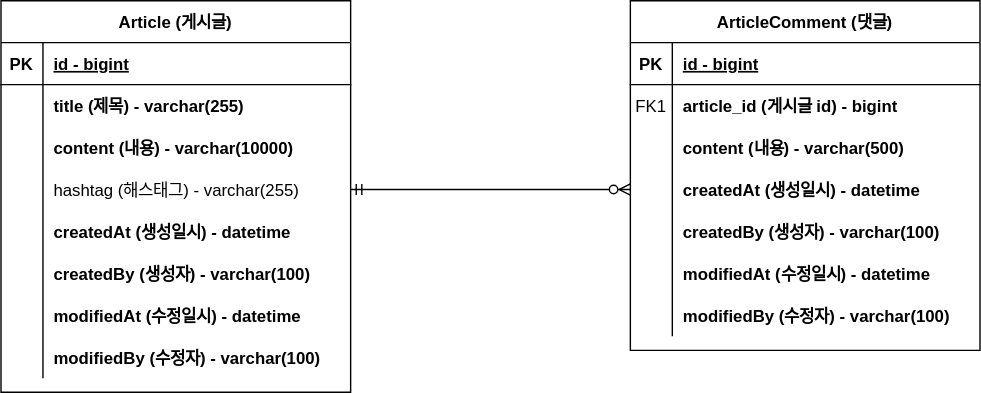
Gajeua/springboot-project-board keeps this draw.io diagram as document/project-board-erd.svg. Above is the earlier version. Source tidied: cells renumbered, new cells last; positions are measured from the earlier drawing's top-left corner, leaving out a move shared by most shapes.
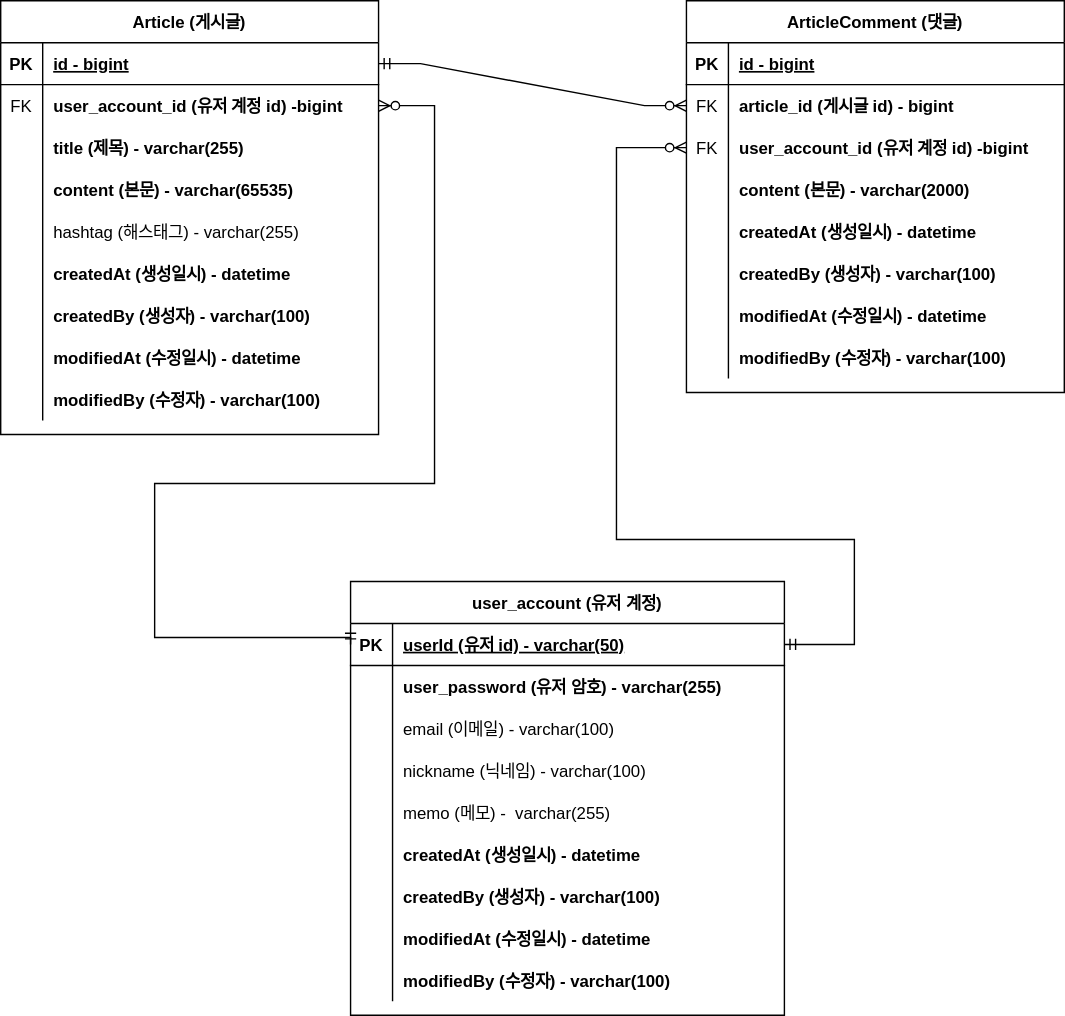
Later version of the same file.

Commit message:
ERD 문서 수정 : 강의 최종본으로 수정

The edit, as a diff of the source:
```diff
@@ -5,6 +5,6 @@
     <mxCell id="2" value="ArticleComment (댓글)" style="shape=table;startSize=30;rowLines=0;fontStyle=1;align=center;" parent="1" vertex="1">
-      <mxGeometry x="450" width="250" height="250" as="geometry" />
+      <mxGeometry x="450" y="-15" width="270" height="280" as="geometry" />
     </mxCell>
     <mxCell id="3" style="shape=partialRectangle;fillColor=none;top=0;left=0;right=0;bottom=1;" parent="2" vertex="1">
-      <mxGeometry y="30" width="250" height="30" as="geometry" />
+      <mxGeometry y="30" width="270" height="30" as="geometry" />
     </mxCell>
@@ -14,8 +14,8 @@
     <mxCell id="5" value="id - bigint" style="shape=partialRectangle;overflow=hidden;fillColor=none;top=0;left=0;bottom=0;right=0;align=left;spacingLeft=6;fontStyle=5;" parent="3" vertex="1">
-      <mxGeometry x="30" width="220" height="30" as="geometry" />
+      <mxGeometry x="30" width="240" height="30" as="geometry" />
     </mxCell>
     <mxCell id="6" style="shape=partialRectangle;fillColor=none;points=[[0,0.5],[1,0.5]];portConstraint=eastwest;top=0;left=0;right=0;bottom=0;" parent="2" vertex="1">
-      <mxGeometry y="60" width="250" height="30" as="geometry" />
+      <mxGeometry y="60" width="270" height="30" as="geometry" />
     </mxCell>
-    <mxCell id="7" value="FK1" style="shape=partialRectangle;overflow=hidden;fillColor=none;top=0;left=0;bottom=0;right=0;" parent="6" vertex="1">
+    <mxCell id="7" value="FK" style="shape=partialRectangle;overflow=hidden;fillColor=none;top=0;left=0;bottom=0;right=0;" parent="6" vertex="1">
       <mxGeometry width="30" height="30" as="geometry" />
@@ -23,6 +23,15 @@
     <mxCell id="8" value="article_id (게시글 id) - bigint" style="shape=partialRectangle;overflow=hidden;fillColor=none;top=0;left=0;bottom=0;right=0;align=left;spacingLeft=6;fontStyle=1;" parent="6" vertex="1">
-      <mxGeometry x="30" width="220" height="30" as="geometry" />
+      <mxGeometry x="30" width="240" height="30" as="geometry" />
     </mxCell>
+    <mxCell id="50" style="shape=partialRectangle;fillColor=none;points=[[0,0.5],[1,0.5]];portConstraint=eastwest;top=0;left=0;right=0;bottom=0;" parent="2" vertex="1">
+      <mxGeometry y="90" width="270" height="30" as="geometry" />
+    </mxCell>
+    <mxCell id="51" value="FK" style="shape=partialRectangle;overflow=hidden;fillColor=none;top=0;left=0;bottom=0;right=0;" parent="50" vertex="1">
+      <mxGeometry width="30" height="30" as="geometry" />
+    </mxCell>
+    <mxCell id="52" value="user_account_id (유저 계정 id) -bigint" style="shape=partialRectangle;overflow=hidden;fillColor=none;top=0;left=0;bottom=0;right=0;align=left;spacingLeft=6;fontStyle=1;" parent="50" vertex="1">
+      <mxGeometry x="30" width="240" height="30" as="geometry" />
+    </mxCell>
     <mxCell id="9" style="shape=partialRectangle;fillColor=none;top=0;left=0;right=0;bottom=0;" parent="2" vertex="1">
-      <mxGeometry y="90" width="250" height="30" as="geometry" />
+      <mxGeometry y="120" width="270" height="30" as="geometry" />
     </mxCell>
@@ -31,7 +40,7 @@
     </mxCell>
-    <mxCell id="11" value="content (내용) - varchar(500)" style="shape=partialRectangle;overflow=hidden;fillColor=none;top=0;left=0;bottom=0;right=0;align=left;spacingLeft=6;fontStyle=1;" parent="9" vertex="1">
-      <mxGeometry x="30" width="220" height="30" as="geometry" />
+    <mxCell id="11" value="content (본문) - varchar(2000)" style="shape=partialRectangle;overflow=hidden;fillColor=none;top=0;left=0;bottom=0;right=0;align=left;spacingLeft=6;fontStyle=1;" parent="9" vertex="1">
+      <mxGeometry x="30" width="240" height="30" as="geometry" />
     </mxCell>
     <mxCell id="12" style="shape=partialRectangle;fillColor=none;points=[[0,0.5],[1,0.5]];portConstraint=eastwest;top=0;left=0;right=0;bottom=0;" parent="2" vertex="1">
-      <mxGeometry y="120" width="250" height="30" as="geometry" />
+      <mxGeometry y="150" width="270" height="30" as="geometry" />
     </mxCell>
@@ -41,6 +50,6 @@
     <mxCell id="14" value="createdAt (생성일시) - datetime" style="shape=partialRectangle;overflow=hidden;fillColor=none;top=0;left=0;bottom=0;right=0;align=left;spacingLeft=6;fontStyle=1;" parent="12" vertex="1">
-      <mxGeometry x="30" width="220" height="30" as="geometry" />
+      <mxGeometry x="30" width="240" height="30" as="geometry" />
     </mxCell>
     <mxCell id="15" style="shape=partialRectangle;fillColor=none;top=0;left=0;right=0;bottom=0;" parent="2" vertex="1">
-      <mxGeometry y="150" width="250" height="30" as="geometry" />
+      <mxGeometry y="180" width="270" height="30" as="geometry" />
     </mxCell>
@@ -50,6 +59,6 @@
     <mxCell id="17" value="createdBy (생성자) - varchar(100)" style="shape=partialRectangle;overflow=hidden;fillColor=none;top=0;left=0;bottom=0;right=0;align=left;spacingLeft=6;fontStyle=1;" parent="15" vertex="1">
-      <mxGeometry x="30" width="220" height="30" as="geometry" />
+      <mxGeometry x="30" width="240" height="30" as="geometry" />
     </mxCell>
     <mxCell id="18" style="shape=partialRectangle;fillColor=none;top=0;left=0;right=0;bottom=0;" parent="2" vertex="1">
-      <mxGeometry y="180" width="250" height="30" as="geometry" />
+      <mxGeometry y="210" width="270" height="30" as="geometry" />
     </mxCell>
@@ -59,6 +68,6 @@
     <mxCell id="20" value="modifiedAt (수정일시) - datetime" style="shape=partialRectangle;overflow=hidden;fillColor=none;top=0;left=0;bottom=0;right=0;align=left;spacingLeft=6;fontStyle=1;" parent="18" vertex="1">
-      <mxGeometry x="30" width="220" height="30" as="geometry" />
+      <mxGeometry x="30" width="240" height="30" as="geometry" />
     </mxCell>
     <mxCell id="21" style="shape=partialRectangle;fillColor=none;top=0;left=0;right=0;bottom=0;" parent="2" vertex="1">
-      <mxGeometry y="210" width="250" height="30" as="geometry" />
+      <mxGeometry y="240" width="270" height="30" as="geometry" />
     </mxCell>
@@ -68,9 +77,9 @@
     <mxCell id="23" value="modifiedBy (수정자) - varchar(100)" style="shape=partialRectangle;overflow=hidden;fillColor=none;top=0;left=0;bottom=0;right=0;align=left;spacingLeft=6;fontStyle=1;" parent="21" vertex="1">
-      <mxGeometry x="30" width="220" height="30" as="geometry" />
+      <mxGeometry x="30" width="240" height="30" as="geometry" />
     </mxCell>
     <mxCell id="24" value="Article (게시글)" style="shape=table;startSize=30;rowLines=0;fontStyle=1;align=center;" parent="1" vertex="1">
-      <mxGeometry width="250" height="280" as="geometry" />
+      <mxGeometry x="-40" y="-15" width="270" height="310" as="geometry" />
     </mxCell>
     <mxCell id="25" style="shape=partialRectangle;fillColor=none;points=[[0,0.5],[1,0.5]];portConstraint=eastwest;top=0;left=0;right=0;bottom=1;" parent="24" vertex="1">
-      <mxGeometry y="30" width="250" height="30" as="geometry" />
+      <mxGeometry y="30" width="270" height="30" as="geometry" />
     </mxCell>
@@ -80,15 +89,24 @@
     <mxCell id="27" value="id - bigint" style="shape=partialRectangle;overflow=hidden;fillColor=none;top=0;left=0;bottom=0;right=0;align=left;spacingLeft=6;fontStyle=5;" parent="25" vertex="1">
-      <mxGeometry x="30" width="220" height="30" as="geometry" />
+      <mxGeometry x="30" width="240" height="30" as="geometry" />
     </mxCell>
     <mxCell id="28" style="shape=partialRectangle;fillColor=none;top=0;left=0;right=0;bottom=0;" parent="24" vertex="1">
-      <mxGeometry y="60" width="250" height="30" as="geometry" />
+      <mxGeometry y="60" width="270" height="30" as="geometry" />
     </mxCell>
-    <mxCell id="29" style="shape=partialRectangle;overflow=hidden;fillColor=none;top=0;left=0;bottom=0;right=0;" parent="28" vertex="1">
+    <mxCell id="29" value="FK" style="shape=partialRectangle;overflow=hidden;fillColor=none;top=0;left=0;bottom=0;right=0;" parent="28" vertex="1">
       <mxGeometry width="30" height="30" as="geometry" />
     </mxCell>
-    <mxCell id="30" value="title (제목) - varchar(255)" style="shape=partialRectangle;overflow=hidden;fillColor=none;top=0;left=0;bottom=0;right=0;align=left;spacingLeft=6;fontStyle=1;" parent="28" vertex="1">
-      <mxGeometry x="30" width="220" height="30" as="geometry" />
+    <mxCell id="30" value="user_account_id (유저 계정 id) -bigint" style="shape=partialRectangle;overflow=hidden;fillColor=none;top=0;left=0;bottom=0;right=0;align=left;spacingLeft=6;fontStyle=1;" parent="28" vertex="1">
+      <mxGeometry x="30" width="240" height="30" as="geometry" />
     </mxCell>
+    <mxCell id="53" style="shape=partialRectangle;fillColor=none;top=0;left=0;right=0;bottom=0;" parent="24" vertex="1">
+      <mxGeometry y="90" width="270" height="30" as="geometry" />
+    </mxCell>
+    <mxCell id="54" style="shape=partialRectangle;overflow=hidden;fillColor=none;top=0;left=0;bottom=0;right=0;" parent="53" vertex="1">
+      <mxGeometry width="30" height="30" as="geometry" />
+    </mxCell>
+    <mxCell id="55" value="title (제목) - varchar(255)" style="shape=partialRectangle;overflow=hidden;fillColor=none;top=0;left=0;bottom=0;right=0;align=left;spacingLeft=6;fontStyle=1;" parent="53" vertex="1">
+      <mxGeometry x="30" width="240" height="30" as="geometry" />
+    </mxCell>
     <mxCell id="31" style="shape=partialRectangle;fillColor=none;top=0;left=0;right=0;bottom=0;" parent="24" vertex="1">
-      <mxGeometry y="90" width="250" height="30" as="geometry" />
+      <mxGeometry y="120" width="270" height="30" as="geometry" />
     </mxCell>
@@ -97,7 +115,7 @@
     </mxCell>
-    <mxCell id="33" value="content (내용) - varchar(10000)" style="shape=partialRectangle;overflow=hidden;fillColor=none;top=0;left=0;bottom=0;right=0;align=left;spacingLeft=6;fontStyle=1;" parent="31" vertex="1">
-      <mxGeometry x="30" width="220" height="30" as="geometry" />
+    <mxCell id="33" value="content (본문) - varchar(65535)" style="shape=partialRectangle;overflow=hidden;fillColor=none;top=0;left=0;bottom=0;right=0;align=left;spacingLeft=6;fontStyle=1;" parent="31" vertex="1">
+      <mxGeometry x="30" width="240" height="30" as="geometry" />
     </mxCell>
     <mxCell id="34" style="shape=partialRectangle;fillColor=none;points=[[0,0.5],[1,0.5]];portConstraint=eastwest;top=0;left=0;right=0;bottom=0;" parent="24" vertex="1">
-      <mxGeometry y="120" width="250" height="30" as="geometry" />
+      <mxGeometry y="150" width="270" height="30" as="geometry" />
     </mxCell>
@@ -107,6 +125,6 @@
     <mxCell id="36" value="hashtag (해스태그) - varchar(255)" style="shape=partialRectangle;overflow=hidden;fillColor=none;top=0;left=0;bottom=0;right=0;align=left;spacingLeft=6;" parent="34" vertex="1">
-      <mxGeometry x="30" width="220" height="30" as="geometry" />
+      <mxGeometry x="30" width="240" height="30" as="geometry" />
     </mxCell>
     <mxCell id="37" style="shape=partialRectangle;fillColor=none;top=0;left=0;right=0;bottom=0;" parent="24" vertex="1">
-      <mxGeometry y="150" width="250" height="30" as="geometry" />
+      <mxGeometry y="180" width="270" height="30" as="geometry" />
     </mxCell>
@@ -116,6 +134,6 @@
     <mxCell id="39" value="createdAt (생성일시) - datetime" style="shape=partialRectangle;overflow=hidden;fillColor=none;top=0;left=0;bottom=0;right=0;align=left;spacingLeft=6;fontStyle=1;" parent="37" vertex="1">
-      <mxGeometry x="30" width="220" height="30" as="geometry" />
+      <mxGeometry x="30" width="240" height="30" as="geometry" />
     </mxCell>
     <mxCell id="40" style="shape=partialRectangle;fillColor=none;top=0;left=0;right=0;bottom=0;" parent="24" vertex="1">
-      <mxGeometry y="180" width="250" height="30" as="geometry" />
+      <mxGeometry y="210" width="270" height="30" as="geometry" />
     </mxCell>
@@ -125,6 +143,6 @@
     <mxCell id="42" value="createdBy (생성자) - varchar(100)" style="shape=partialRectangle;overflow=hidden;fillColor=none;top=0;left=0;bottom=0;right=0;align=left;spacingLeft=6;fontStyle=1;" parent="40" vertex="1">
-      <mxGeometry x="30" width="220" height="30" as="geometry" />
+      <mxGeometry x="30" width="240" height="30" as="geometry" />
     </mxCell>
     <mxCell id="43" style="shape=partialRectangle;fillColor=none;top=0;left=0;right=0;bottom=0;" parent="24" vertex="1">
-      <mxGeometry y="210" width="250" height="30" as="geometry" />
+      <mxGeometry y="240" width="270" height="30" as="geometry" />
     </mxCell>
@@ -134,6 +152,6 @@
     <mxCell id="45" value="modifiedAt (수정일시) - datetime" style="shape=partialRectangle;overflow=hidden;fillColor=none;top=0;left=0;bottom=0;right=0;align=left;spacingLeft=6;fontStyle=1;" parent="43" vertex="1">
-      <mxGeometry x="30" width="220" height="30" as="geometry" />
+      <mxGeometry x="30" width="240" height="30" as="geometry" />
     </mxCell>
     <mxCell id="46" style="shape=partialRectangle;fillColor=none;top=0;left=0;right=0;bottom=0;" parent="24" vertex="1">
-      <mxGeometry y="240" width="250" height="30" as="geometry" />
+      <mxGeometry y="270" width="270" height="30" as="geometry" />
     </mxCell>
@@ -143,7 +161,113 @@
     <mxCell id="48" value="modifiedBy (수정자) - varchar(100)" style="shape=partialRectangle;overflow=hidden;fillColor=none;top=0;left=0;bottom=0;right=0;align=left;spacingLeft=6;fontStyle=1;" parent="46" vertex="1">
-      <mxGeometry x="30" width="220" height="30" as="geometry" />
+      <mxGeometry x="30" width="240" height="30" as="geometry" />
     </mxCell>
+    <mxCell id="56" value="user_account (유저 계정)" style="shape=table;startSize=30;rowLines=0;fontStyle=1;align=center;" parent="1" vertex="1">
+      <mxGeometry x="210" y="400" width="310" height="310" as="geometry" />
+    </mxCell>
+    <mxCell id="57" style="shape=partialRectangle;fillColor=none;points=[[0,0.5],[1,0.5]];portConstraint=eastwest;top=0;left=0;right=0;bottom=1;" parent="56" vertex="1">
+      <mxGeometry y="30" width="310" height="30" as="geometry" />
+    </mxCell>
+    <mxCell id="58" value="PK" style="shape=partialRectangle;overflow=hidden;fillColor=none;top=0;left=0;bottom=0;right=0;fontStyle=1;" parent="57" vertex="1">
+      <mxGeometry width="30" height="30" as="geometry" />
+    </mxCell>
+    <mxCell id="59" value="userId (유저 id) - varchar(50)" style="shape=partialRectangle;overflow=hidden;fillColor=none;top=0;left=0;bottom=0;right=0;align=left;spacingLeft=6;fontStyle=5;" parent="57" vertex="1">
+      <mxGeometry x="30" width="280" height="30" as="geometry" />
+    </mxCell>
+    <mxCell id="60" style="shape=partialRectangle;fillColor=none;top=0;left=0;right=0;bottom=0;" parent="56" vertex="1">
+      <mxGeometry y="60" width="310" height="30" as="geometry" />
+    </mxCell>
+    <mxCell id="61" style="shape=partialRectangle;overflow=hidden;fillColor=none;top=0;left=0;bottom=0;right=0;" parent="60" vertex="1">
+      <mxGeometry width="30" height="30" as="geometry" />
+    </mxCell>
+    <mxCell id="62" value="user_password (유저 암호) - varchar(255)" style="shape=partialRectangle;overflow=hidden;fillColor=none;top=0;left=0;bottom=0;right=0;align=left;spacingLeft=6;fontStyle=1;" parent="60" vertex="1">
+      <mxGeometry x="30" width="280" height="30" as="geometry" />
+    </mxCell>
+    <mxCell id="63" style="shape=partialRectangle;fillColor=none;top=0;left=0;right=0;bottom=0;" parent="56" vertex="1">
+      <mxGeometry y="90" width="310" height="30" as="geometry" />
+    </mxCell>
+    <mxCell id="64" style="shape=partialRectangle;overflow=hidden;fillColor=none;top=0;left=0;bottom=0;right=0;" parent="63" vertex="1">
+      <mxGeometry width="30" height="30" as="geometry" />
+    </mxCell>
+    <mxCell id="65" value="email (이메일) - varchar(100)" style="shape=partialRectangle;overflow=hidden;fillColor=none;top=0;left=0;bottom=0;right=0;align=left;spacingLeft=6;fontStyle=0;" parent="63" vertex="1">
+      <mxGeometry x="30" width="280" height="30" as="geometry" />
+    </mxCell>
+    <mxCell id="66" style="shape=partialRectangle;fillColor=none;top=0;left=0;right=0;bottom=0;" parent="56" vertex="1">
+      <mxGeometry y="120" width="310" height="30" as="geometry" />
+    </mxCell>
+    <mxCell id="67" style="shape=partialRectangle;overflow=hidden;fillColor=none;top=0;left=0;bottom=0;right=0;" parent="66" vertex="1">
+      <mxGeometry width="30" height="30" as="geometry" />
+    </mxCell>
+    <mxCell id="68" value="nickname (닉네임) - varchar(100)" style="shape=partialRectangle;overflow=hidden;fillColor=none;top=0;left=0;bottom=0;right=0;align=left;spacingLeft=6;" parent="66" vertex="1">
+      <mxGeometry x="30" width="280" height="30" as="geometry" />
+    </mxCell>
+    <mxCell id="69" style="shape=partialRectangle;fillColor=none;top=0;left=0;right=0;bottom=0;" parent="56" vertex="1">
+      <mxGeometry y="150" width="310" height="30" as="geometry" />
+    </mxCell>
+    <mxCell id="70" style="shape=partialRectangle;overflow=hidden;fillColor=none;top=0;left=0;bottom=0;right=0;" parent="69" vertex="1">
+      <mxGeometry width="30" height="30" as="geometry" />
+    </mxCell>
+    <mxCell id="71" value="memo (메모) -  varchar(255)" style="shape=partialRectangle;overflow=hidden;fillColor=none;top=0;left=0;bottom=0;right=0;align=left;spacingLeft=6;" parent="69" vertex="1">
+      <mxGeometry x="30" width="280" height="30" as="geometry" />
+    </mxCell>
+    <mxCell id="72" style="shape=partialRectangle;fillColor=none;top=0;left=0;right=0;bottom=0;" parent="56" vertex="1">
+      <mxGeometry y="180" width="310" height="30" as="geometry" />
+    </mxCell>
+    <mxCell id="73" style="shape=partialRectangle;overflow=hidden;fillColor=none;top=0;left=0;bottom=0;right=0;" parent="72" vertex="1">
+      <mxGeometry width="30" height="30" as="geometry" />
+    </mxCell>
+    <mxCell id="74" value="createdAt (생성일시) - datetime" style="shape=partialRectangle;overflow=hidden;fillColor=none;top=0;left=0;bottom=0;right=0;align=left;spacingLeft=6;fontStyle=1;" parent="72" vertex="1">
+      <mxGeometry x="30" width="280" height="30" as="geometry" />
+    </mxCell>
+    <mxCell id="75" style="shape=partialRectangle;fillColor=none;top=0;left=0;right=0;bottom=0;" parent="56" vertex="1">
+      <mxGeometry y="210" width="310" height="30" as="geometry" />
+    </mxCell>
+    <mxCell id="76" style="shape=partialRectangle;overflow=hidden;fillColor=none;top=0;left=0;bottom=0;right=0;" parent="75" vertex="1">
+      <mxGeometry width="30" height="30" as="geometry" />
+    </mxCell>
+    <mxCell id="77" value="createdBy (생성자) - varchar(100)" style="shape=partialRectangle;overflow=hidden;fillColor=none;top=0;left=0;bottom=0;right=0;align=left;spacingLeft=6;fontStyle=1;" parent="75" vertex="1">
+      <mxGeometry x="30" width="280" height="30" as="geometry" />
+    </mxCell>
+    <mxCell id="78" style="shape=partialRectangle;fillColor=none;top=0;left=0;right=0;bottom=0;" parent="56" vertex="1">
+      <mxGeometry y="240" width="310" height="30" as="geometry" />
+    </mxCell>
+    <mxCell id="79" style="shape=partialRectangle;overflow=hidden;fillColor=none;top=0;left=0;bottom=0;right=0;" parent="78" vertex="1">
+      <mxGeometry width="30" height="30" as="geometry" />
+    </mxCell>
+    <mxCell id="80" value="modifiedAt (수정일시) - datetime" style="shape=partialRectangle;overflow=hidden;fillColor=none;top=0;left=0;bottom=0;right=0;align=left;spacingLeft=6;fontStyle=1;" parent="78" vertex="1">
+      <mxGeometry x="30" width="280" height="30" as="geometry" />
+    </mxCell>
+    <mxCell id="81" style="shape=partialRectangle;fillColor=none;top=0;left=0;right=0;bottom=0;" parent="56" vertex="1">
+      <mxGeometry y="270" width="310" height="30" as="geometry" />
+    </mxCell>
+    <mxCell id="82" style="shape=partialRectangle;overflow=hidden;fillColor=none;top=0;left=0;bottom=0;right=0;" parent="81" vertex="1">
+      <mxGeometry width="30" height="30" as="geometry" />
+    </mxCell>
+    <mxCell id="83" value="modifiedBy (수정자) - varchar(100)" style="shape=partialRectangle;overflow=hidden;fillColor=none;top=0;left=0;bottom=0;right=0;align=left;spacingLeft=6;fontStyle=1;" parent="81" vertex="1">
+      <mxGeometry x="30" width="280" height="30" as="geometry" />
+    </mxCell>
-    <mxCell id="49" style="edgeStyle=entityRelationEdgeStyle;fontSize=12;html=1;endArrow=ERzeroToMany;startArrow=ERmandOne;rounded=0;exitX=1;exitY=0.5;exitDx=0;exitDy=0;entryX=0;entryY=0.5;entryDx=0;entryDy=0;" parent="1" edge="1" source="34" target="12">
+    <mxCell id="49" style="edgeStyle=entityRelationEdgeStyle;fontSize=12;html=1;endArrow=ERzeroToMany;startArrow=ERmandOne;rounded=0;exitX=1;exitY=0.5;exitDx=0;exitDy=0;entryX=0;entryY=0.5;entryDx=0;entryDy=0;" parent="1" edge="1" source="25" target="6">
       <mxGeometry relative="1" as="geometry" />
     </mxCell>
+    <mxCell id="84" style="edgeStyle=orthogonalEdgeStyle;fontSize=12;html=1;endArrow=ERzeroToMany;startArrow=ERmandOne;rounded=0;exitX=0;exitY=0.5;exitDx=0;exitDy=0;" parent="1" edge="1" source="57">
+      <mxGeometry relative="1" as="geometry">
+        <mxPoint x="230" y="60" as="targetPoint" />
+        <Array as="points">
+          <mxPoint x="210" y="440" />
+          <mxPoint x="70" y="440" />
+          <mxPoint x="70" y="330" />
+          <mxPoint x="270" y="330" />
+          <mxPoint x="270" y="60" />
+        </Array>
+      </mxGeometry>
+    </mxCell>
+    <mxCell id="85" style="edgeStyle=orthogonalEdgeStyle;fontSize=12;html=1;endArrow=ERzeroToMany;startArrow=ERmandOne;rounded=0;exitX=1;exitY=0.5;exitDx=0;exitDy=0;entryX=0;entryY=0.5;entryDx=0;entryDy=0;" parent="1" edge="1" source="57" target="50">
+      <mxGeometry relative="1" as="geometry">
+        <Array as="points">
+          <mxPoint x="570" y="445" />
+          <mxPoint x="570" y="370" />
+          <mxPoint x="400" y="370" />
+          <mxPoint x="400" y="90" />
+        </Array>
+      </mxGeometry>
+    </mxCell>
   </root>
```
